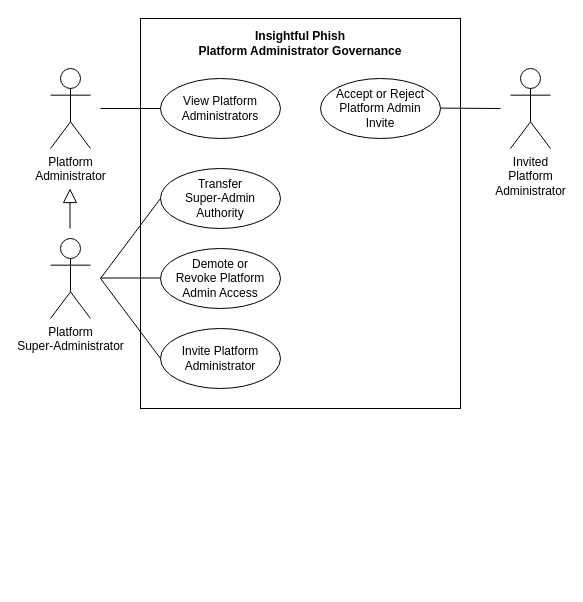
Before: docs/demo4/diagrams/srs/use-cases/platform-administrator-governance.drawio in COS301-SE-2026/Cybersecurity-Awareness-Training-Platform, a draw.io diagram. Source tidied: cells renumbered, new cells numbered last; positions are measured from the earlier drawing's top-left corner, leaving out a move shared by most shapes. Both pictures are drawn from the tidied source at 100%, with x=0, y=0 at pixel (50, 18).
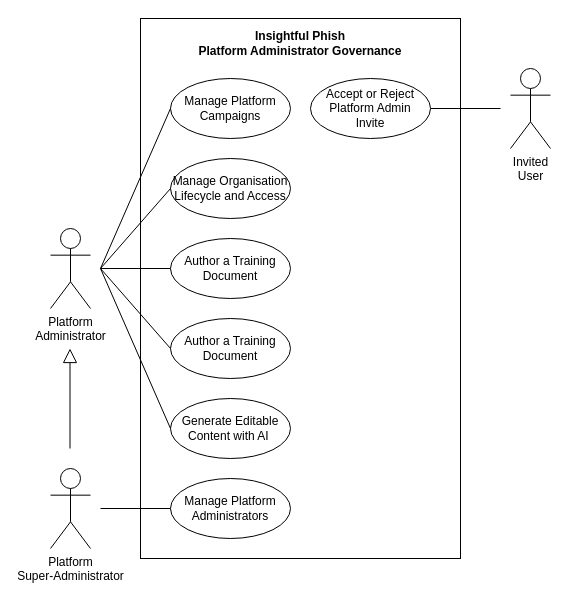
The same diagram, later.

The edit, as a diff of the source:
```diff
@@
     <mxCell id="2" style="rounded=0;whiteSpace=wrap;html=1;fillColor=none;" parent="1" vertex="1">
-      <mxGeometry x="90" width="320" height="390" as="geometry" />
+      <mxGeometry x="90" width="320" height="540" as="geometry" />
     </mxCell>
     <mxCell id="3" value="&lt;div&gt;Platform&lt;br&gt;Administrator&lt;/div&gt;" style="shape=umlActor;verticalLabelPosition=bottom;verticalAlign=top;html=1;" parent="1" vertex="1">
-      <mxGeometry y="50" width="40" height="80" as="geometry" />
+      <mxGeometry y="210" width="40" height="80" as="geometry" />
     </mxCell>
-    <mxCell id="4" value="Transfer &lt;br&gt;Super-Admin Authority" style="ellipse;whiteSpace=wrap;html=1;" parent="1" vertex="1">
-      <mxGeometry x="110" y="150" width="120" height="60" as="geometry" />
-    </mxCell>
-    <mxCell id="5" value="View Platform Administrators" style="ellipse;whiteSpace=wrap;html=1;" parent="1" vertex="1">
-      <mxGeometry x="110" y="60" width="120" height="60" as="geometry" />
-    </mxCell>
-    <mxCell id="6" style="endArrow=none;html=1;rounded=0;entryX=0;entryY=0.5;entryDx=0;entryDy=0;" parent="1" edge="1" target="5">
-      <mxGeometry relative="1" as="geometry">
-        <mxPoint x="50" y="90" as="sourcePoint" />
-      </mxGeometry>
-    </mxCell>
@@
-    <mxCell id="8" value="&lt;div&gt;Invited&lt;br&gt;Platform&lt;br&gt;Administrator&lt;/div&gt;" style="shape=umlActor;verticalLabelPosition=bottom;verticalAlign=top;html=1;" parent="1" vertex="1">
+    <mxCell id="8" value="Invited&lt;br&gt;User" style="shape=umlActor;verticalLabelPosition=bottom;verticalAlign=top;html=1;" parent="1" vertex="1">
       <mxGeometry x="460" y="50" width="40" height="80" as="geometry" />
     </mxCell>
-    <mxCell id="9" style="endArrow=none;html=1;rounded=0;" parent="1" edge="1">
+    <mxCell id="9" style="endArrow=none;html=1;rounded=0;exitX=1;exitY=0.5;exitDx=0;exitDy=0;" parent="1" edge="1" source="12">
       <mxGeometry relative="1" as="geometry">
-        <mxPoint x="390" y="89.6" as="sourcePoint" />
         <mxPoint x="450" y="90" as="targetPoint" />
       </mxGeometry>
     </mxCell>
     <mxCell id="10" value="Platform&lt;br&gt;Super-Administrator" style="shape=umlActor;verticalLabelPosition=bottom;verticalAlign=top;html=1;" parent="1" vertex="1">
-      <mxGeometry y="220" width="40" height="80" as="geometry" />
+      <mxGeometry y="450" width="40" height="80" as="geometry" />
     </mxCell>
-    <mxCell id="11" value="Demote or&lt;br&gt;Revoke Platform Admin Access" style="ellipse;whiteSpace=wrap;html=1;" parent="1" vertex="1">
-      <mxGeometry x="110" y="230" width="120" height="60" as="geometry" />
-    </mxCell>
     <mxCell id="12" value="Accept or Reject Platform Admin&lt;br&gt;Invite" style="ellipse;whiteSpace=wrap;html=1;" parent="1" vertex="1">
-      <mxGeometry x="270" y="60" width="120" height="60" as="geometry" />
+      <mxGeometry x="260" y="60" width="120" height="60" as="geometry" />
     </mxCell>
-    <mxCell id="13" style="endArrow=none;html=1;rounded=0;entryX=0;entryY=0.5;entryDx=0;entryDy=0;" parent="1" edge="1">
-      <mxGeometry relative="1" as="geometry">
-        <mxPoint x="50" y="259.5" as="sourcePoint" />
-        <mxPoint x="110" y="259.5" as="targetPoint" />
-      </mxGeometry>
-    </mxCell>
-    <mxCell id="14" style="endArrow=none;html=1;rounded=0;entryX=0;entryY=0.5;entryDx=0;entryDy=0;" parent="1" edge="1" target="4">
-      <mxGeometry relative="1" as="geometry">
-        <mxPoint x="50" y="260" as="sourcePoint" />
-      </mxGeometry>
-    </mxCell>
     <mxCell id="15" style="endArrow=block;html=1;rounded=0;endFill=0;strokeWidth=1;endSize=12;" parent="1" edge="1">
       <mxGeometry relative="1" as="geometry">
-        <mxPoint x="19.5" y="210" as="sourcePoint" />
-        <mxPoint x="19.5" y="170" as="targetPoint" />
+        <mxPoint x="19.5" y="430" as="sourcePoint" />
+        <mxPoint x="19.5" y="330" as="targetPoint" />
       </mxGeometry>
     </mxCell>
-    <mxCell id="16" value="Invite Platform Administrator" style="ellipse;whiteSpace=wrap;html=1;" parent="1" vertex="1">
-      <mxGeometry x="110" y="310" width="120" height="60" as="geometry" />
-    </mxCell>
-    <mxCell id="17" style="endArrow=none;html=1;rounded=0;entryX=0;entryY=0.5;entryDx=0;entryDy=0;" parent="1" edge="1" target="16">
-      <mxGeometry relative="1" as="geometry">
-        <mxPoint x="50" y="260" as="sourcePoint" />
-      </mxGeometry>
-    </mxCell>
+    <mxCell id="18" value="Manage Platform Administrators" style="ellipse;whiteSpace=wrap;html=1;" parent="1" vertex="1">
+      <mxGeometry x="120" y="460" width="120" height="60" as="geometry" />
+    </mxCell>
+    <mxCell id="19" value="Manage Organisation Lifecycle and Access" style="ellipse;whiteSpace=wrap;html=1;" parent="1" vertex="1">
+      <mxGeometry x="120" y="140" width="120" height="60" as="geometry" />
+    </mxCell>
+    <mxCell id="20" value="Author a Training Document" style="ellipse;whiteSpace=wrap;html=1;" parent="1" vertex="1">
+      <mxGeometry x="120" y="300" width="120" height="60" as="geometry" />
+    </mxCell>
+    <mxCell id="21" value="Author a Training Document" style="ellipse;whiteSpace=wrap;html=1;" parent="1" vertex="1">
+      <mxGeometry x="120" y="220" width="120" height="60" as="geometry" />
+    </mxCell>
+    <mxCell id="22" value="Generate Editable Content with AI&amp;nbsp;" style="ellipse;whiteSpace=wrap;html=1;" parent="1" vertex="1">
+      <mxGeometry x="120" y="380" width="120" height="60" as="geometry" />
+    </mxCell>
+    <mxCell id="23" value="Manage Platform Campaigns" style="ellipse;whiteSpace=wrap;html=1;" parent="1" vertex="1">
+      <mxGeometry x="120" y="60" width="120" height="60" as="geometry" />
+    </mxCell>
+    <mxCell id="24" style="endArrow=none;html=1;rounded=0;entryX=0;entryY=0.5;entryDx=0;entryDy=0;" parent="1" edge="1" target="23">
+      <mxGeometry relative="1" as="geometry">
+        <mxPoint x="50" y="250" as="sourcePoint" />
+      </mxGeometry>
+    </mxCell>
+    <mxCell id="25" style="endArrow=none;html=1;rounded=0;entryX=0;entryY=0.5;entryDx=0;entryDy=0;" parent="1" edge="1" target="19">
+      <mxGeometry relative="1" as="geometry">
+        <mxPoint x="50" y="250" as="sourcePoint" />
+      </mxGeometry>
+    </mxCell>
+    <mxCell id="26" style="endArrow=none;html=1;rounded=0;entryX=0;entryY=0.5;entryDx=0;entryDy=0;" parent="1" edge="1" target="21">
+      <mxGeometry relative="1" as="geometry">
+        <mxPoint x="50" y="250" as="sourcePoint" />
+      </mxGeometry>
+    </mxCell>
+    <mxCell id="27" style="endArrow=none;html=1;rounded=0;entryX=0;entryY=0.5;entryDx=0;entryDy=0;" parent="1" edge="1" target="20">
+      <mxGeometry relative="1" as="geometry">
+        <mxPoint x="50" y="250" as="sourcePoint" />
+      </mxGeometry>
+    </mxCell>
+    <mxCell id="28" style="endArrow=none;html=1;rounded=0;entryX=0;entryY=0.5;entryDx=0;entryDy=0;" parent="1" edge="1" target="22">
+      <mxGeometry relative="1" as="geometry">
+        <mxPoint x="50" y="250" as="sourcePoint" />
+      </mxGeometry>
+    </mxCell>
+    <mxCell id="29" style="endArrow=none;html=1;rounded=0;exitX=0;exitY=0.5;exitDx=0;exitDy=0;" parent="1" edge="1" source="18">
+      <mxGeometry relative="1" as="geometry">
+        <mxPoint x="50" y="490" as="targetPoint" />
+      </mxGeometry>
+    </mxCell>
```
